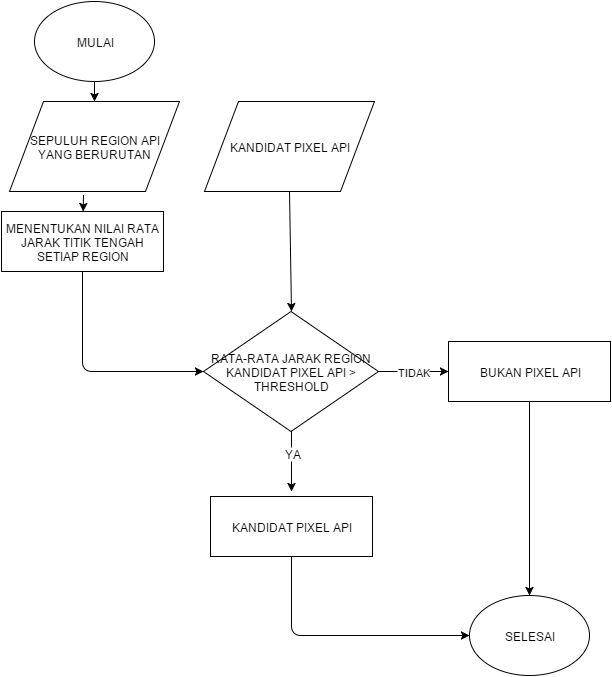
Earlier version of the draw.io export source/titik tengah region.png (hamdimuzakkiy/bukuTA). Source tidied: cells renumbered, new cells last; positions are measured from the earlier drawing's top-left corner, leaving out a move shared by most shapes.
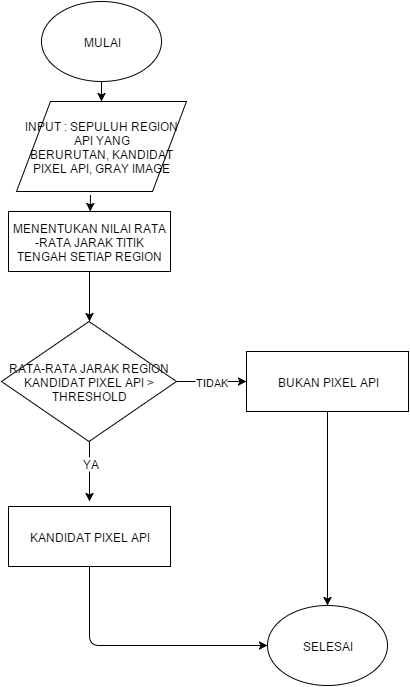
Above is the later version.

The edit, as a diff of the source:
```diff
@@ -3,38 +3,25 @@
     <mxCell id="0" />
     <mxCell id="1" parent="0" />
     <mxCell id="2" value="MULAI" style="ellipse;whiteSpace=wrap;html=1;" parent="1" vertex="1">
-      <mxGeometry x="33" width="120" height="80" as="geometry" />
+      <mxGeometry x="242" y="-10" width="120" height="80" as="geometry" />
     </mxCell>
-    <mxCell id="3" value="SEPULUH REGION API YANG BERURUTAN" style="shape=parallelogram;whiteSpace=wrap;html=1;" parent="1" vertex="1">
-      <mxGeometry x="8" y="100" width="170" height="90" as="geometry" />
+    <mxCell id="3" value="INPUT : SEPULUH REGION API YANG BERURUTAN,&amp;nbsp;&lt;span&gt;KANDIDAT PIXEL API, GRAY IMAGE&lt;/span&gt;" style="shape=parallelogram;whiteSpace=wrap;html=1;" parent="1" vertex="1">
+      <mxGeometry x="217" y="90" width="170" height="90" as="geometry" />
     </mxCell>
-    <mxCell id="4" value="MENENTUKAN NILAI RATA JARAK TITIK TENGAH SETIAP REGION" style="whiteSpace=wrap;html=1;" parent="1" vertex="1">
-      <mxGeometry y="210" width="162" height="60" as="geometry" />
+    <mxCell id="4" value="MENENTUKAN NILAI RATA -RATA JARAK TITIK TENGAH SETIAP REGION" style="whiteSpace=wrap;html=1;" parent="1" vertex="1">
+      <mxGeometry x="209" y="200" width="162" height="60" as="geometry" />
     </mxCell>
     <mxCell id="5" style="endArrow=classic;html=1;exitX=0.5;exitY=1;" parent="1" edge="1" source="2" target="3">
       <mxGeometry relative="1" as="geometry" />
     </mxCell>
     <mxCell id="6" style="endArrow=classic;html=1;" parent="1" edge="1" target="4">
       <mxGeometry relative="1" as="geometry">
-        <mxPoint x="82" y="194" as="sourcePoint" />
+        <mxPoint x="291" y="184" as="sourcePoint" />
       </mxGeometry>
     </mxCell>
-    <mxCell id="7" value="KANDIDAT PIXEL API" style="shape=parallelogram;whiteSpace=wrap;html=1;" parent="1" vertex="1">
-      <mxGeometry x="203" y="100" width="170" height="90" as="geometry" />
-    </mxCell>
     <mxCell id="8" value="RATA-RATA JARAK REGION KANDIDAT PIXEL API &amp;gt; THRESHOLD" style="rhombus;whiteSpace=wrap;html=1;" parent="1" vertex="1">
       <mxGeometry x="202" y="310" width="175" height="120" as="geometry" />
     </mxCell>
-    <mxCell id="9" style="endArrow=classic;html=1;exitX=0.5;exitY=1;entryX=0;entryY=0.5;" parent="1" edge="1" source="4" target="8">
-      <mxGeometry relative="1" as="geometry">
-        <Array as="points">
-          <mxPoint x="81" y="370" />
-        </Array>
-      </mxGeometry>
-    </mxCell>
-    <mxCell id="10" style="endArrow=classic;html=1;exitX=0.5;exitY=1;entryX=0.5;entryY=0;" parent="1" edge="1" source="7" target="8">
-      <mxGeometry relative="1" as="geometry" />
-    </mxCell>
     <mxCell id="11" style="endArrow=classic;html=1;exitX=0.5;exitY=1;entryX=0.5;entryY=0;" parent="1" edge="1" source="8">
       <mxGeometry relative="1" as="geometry">
         <mxPoint x="290" y="490" as="targetPoint" />
@@ -65,5 +52,8 @@
     <mxCell id="18" style="endArrow=classic;html=1;exitX=0.5;exitY=1;entryX=0.5;entryY=0;" parent="1" edge="1" source="14" target="16">
       <mxGeometry relative="1" as="geometry" />
     </mxCell>
+    <mxCell id="9" style="endArrow=classic;html=1;exitX=0.5;exitY=1;entryX=0.5;entryY=0;" parent="1" edge="1" source="4" target="8">
+      <mxGeometry relative="1" as="geometry" />
+    </mxCell>
   </root>
 </mxGraphModel>
```
